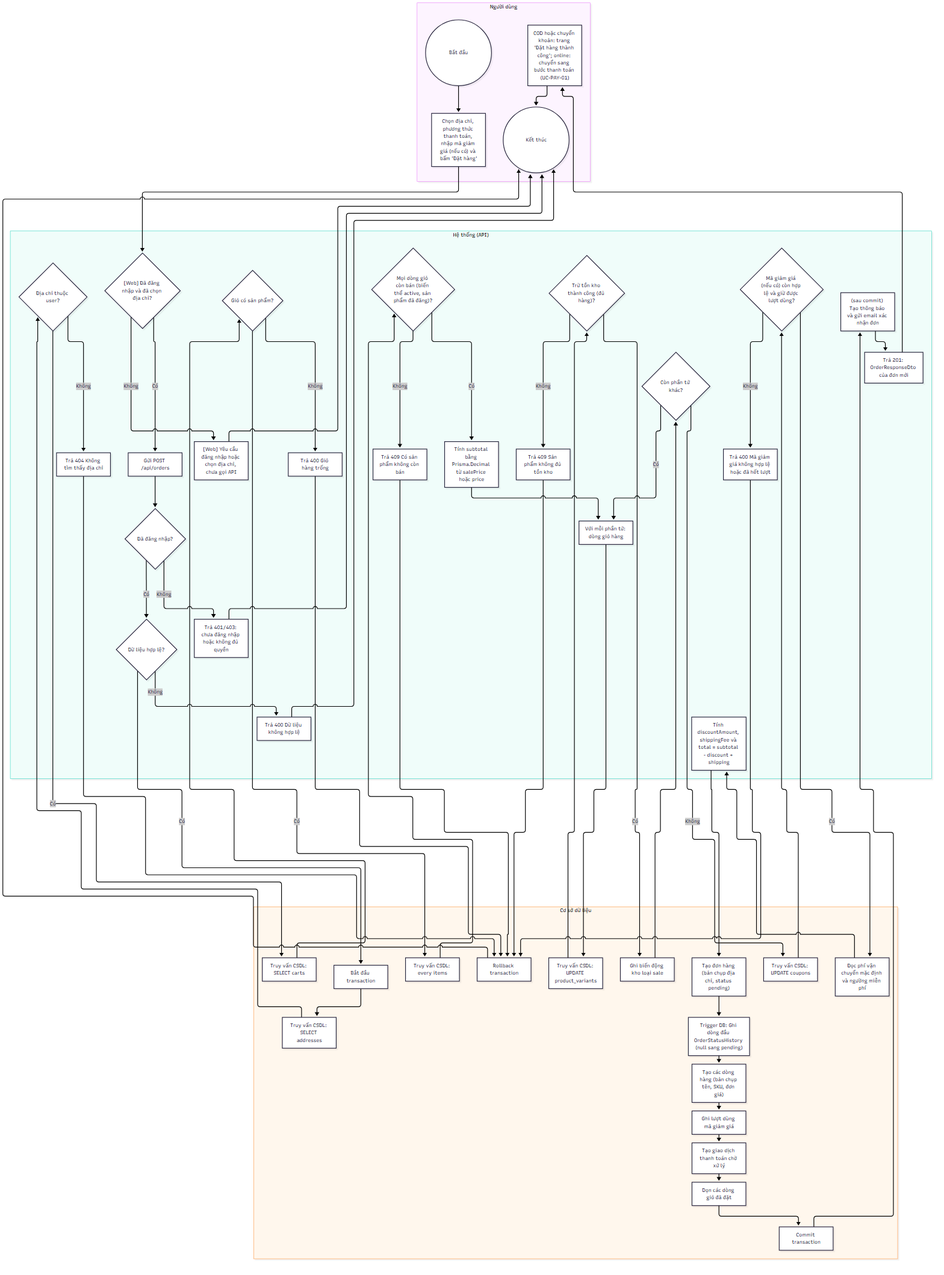
This is docs/diagrams/png/activity_UC-ORD-01_dat-hang.png from 2431540234-arch/XDUDTMDT, a Mermaid export, as it was before one commit. Its source is kept beside it as docs/diagrams/src/activity_UC-ORD-01_dat-hang.mmd.
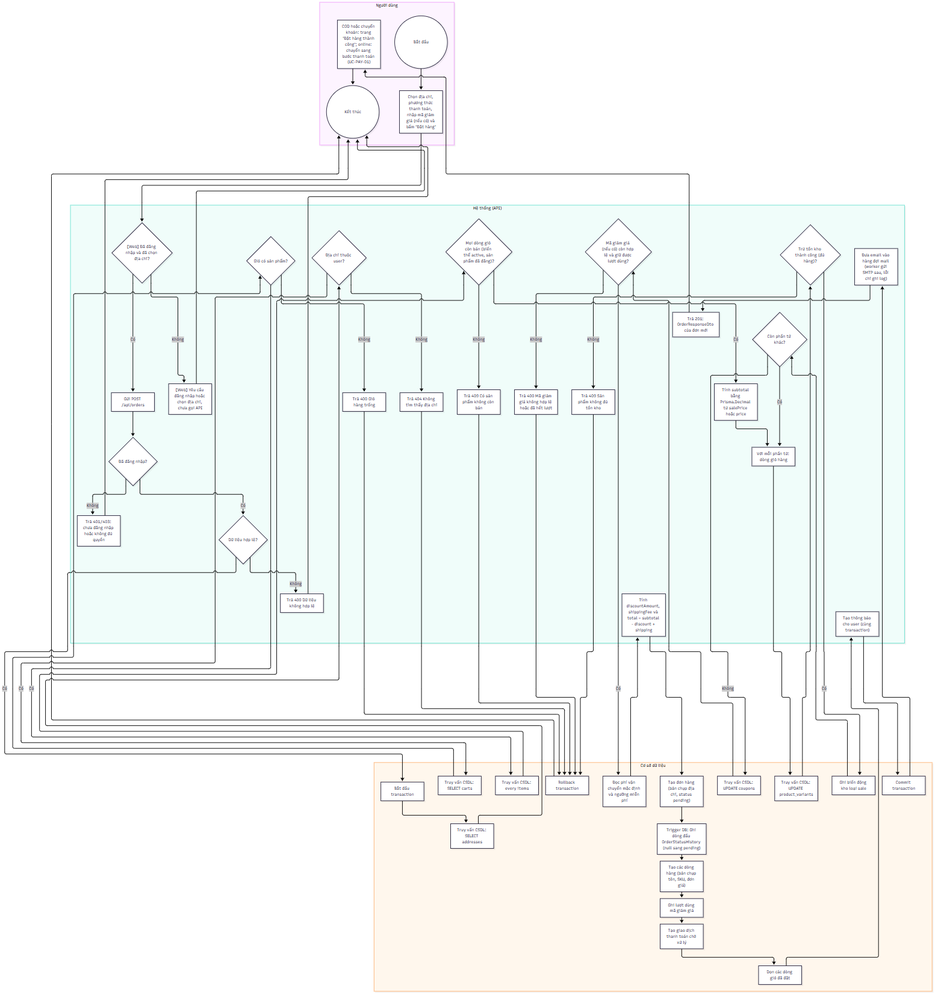
Above is the later version.

Change to the diagram source:
```diff
@@ -27,7 +27,8 @@
         n29{"Mã giảm giá (nếu có) còn hợp lệ và giữ được lượt dùng?"}
         n30["Trả 400 Mã giảm giá không hợp lệ hoặc đã hết lượt"]
         n32["Tính discountAmount, shippingFee và total = subtotal - discount + shipping"]
-        n40["(sau commit) Tạo thông báo và gửi email xác nhận đơn"]
+        n40["Đưa email vào hàng đợi mail (worker gửi SMTP sau, lỗi chỉ ghi log)"]
+        n44["Tạo thông báo cho user (cùng transaction)"]
         n41["Trả 201: OrderResponseDto của đơn mới"]
     end
     subgraph LANE_D["Cơ sở dữ liệu"]
@@ -90,7 +91,8 @@
     n35 --> n36
     n36 --> n37
     n37 --> n38
-    n38 --> n39
+    n38 --> n44
+    n44 --> n39
     n39 --> n40
     n40 --> n41
     n41 --> n42
```
